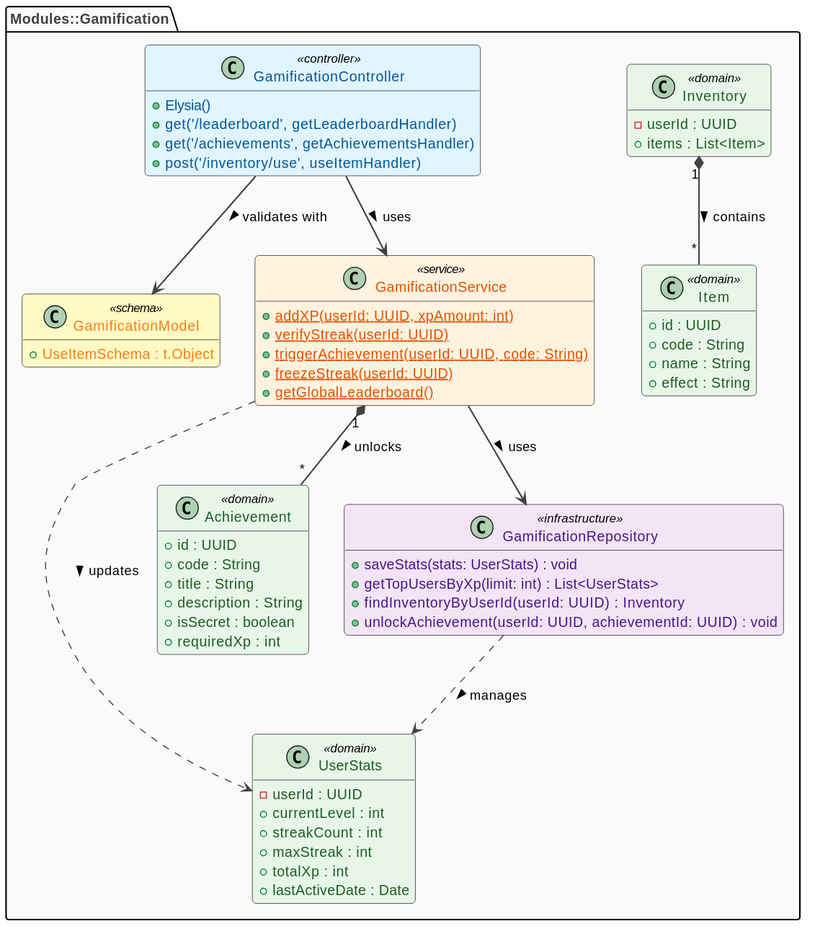
The PlantUML diagram docs/classes/assets/gamification_module.svg in BerlyCS/AlToke, before a commit. Its diagram source:
```plantuml
@startuml
!include style.puml
package "Modules::Gamification" {
  class GamificationController <<controller>> {
    + Elysia()
    + get('/leaderboard', getLeaderboardHandler)
    + get('/achievements', getAchievementsHandler)
    + post('/inventory/use', useItemHandler)
  }

  class GamificationModel <<schema>> {
    + UseItemSchema : t.Object
  }

  class GamificationService <<service>> {
    {static} + addXP(userId: UUID, xpAmount: int)
    {static} + verifyStreak(userId: UUID)
    {static} + triggerAchievement(userId: UUID, code: String)
    {static} + freezeStreak(userId: UUID)
    {static} + getGlobalLeaderboard()
  }

  class UserStats <<domain>> {
    - userId : UUID
    + currentLevel : int
    + streakCount : int
    + maxStreak : int
    + totalXp : int
    + lastActiveDate : Date
  }

  class Achievement <<domain>> {
    + id : UUID
    + code : String
    + title : String
    + description : String
    + isSecret : boolean
    + requiredXp : int
  }

  class Inventory <<domain>> {
    - userId : UUID
    + items : List<Item>
  }

  class Item <<domain>> {
    + id : UUID
    + code : String
    + name : String
    + effect : String
  }

  class GamificationRepository <<infrastructure>> {
    + saveStats(stats: UserStats) : void
    + getTopUsersByXp(limit: int) : List<UserStats>
    + findInventoryByUserId(userId: UUID) : Inventory
    + unlockAchievement(userId: UUID, achievementId: UUID) : void
  }

  GamificationController --> GamificationService : uses >
  GamificationController --> GamificationModel : validates with >
  GamificationService --> GamificationRepository : uses >
  GamificationService ..> UserStats : updates >
  GamificationService "1" *-- "*" Achievement : unlocks >
  GamificationRepository ..> UserStats : manages >
  Inventory "1" *-- "*" Item : contains >
}
@enduml
```
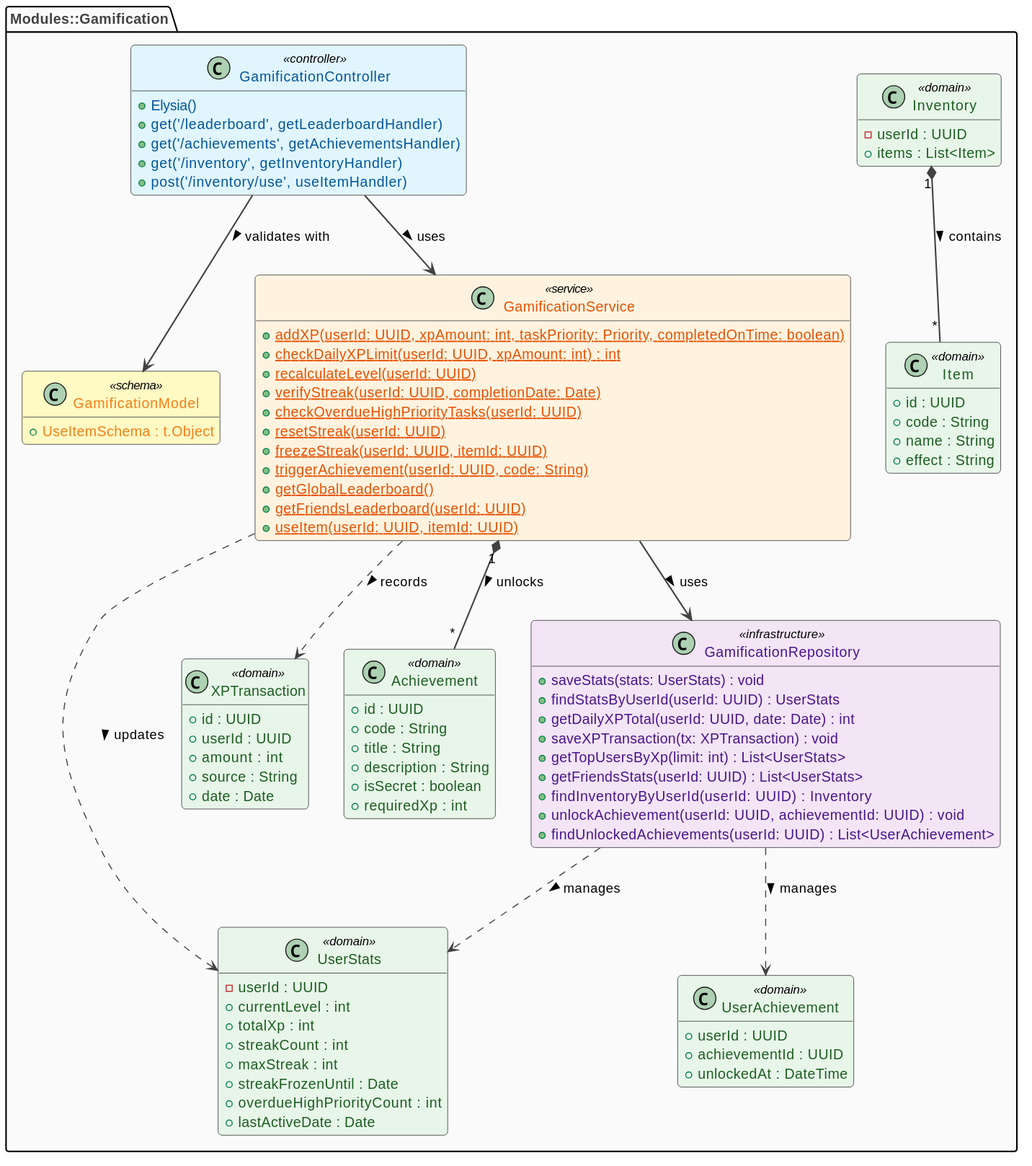
The same file after the commit.

Commit message:
docs: updated gamification service fixes #25, fixes #26

Diff of the diagram source:
```diff
@@ -5,6 +5,7 @@
     + Elysia()
     + get('/leaderboard', getLeaderboardHandler)
     + get('/achievements', getAchievementsHandler)
+    + get('/inventory', getInventoryHandler)
     + post('/inventory/use', useItemHandler)
   }
 
@@ -13,20 +14,36 @@
   }
 
   class GamificationService <<service>> {
-    {static} + addXP(userId: UUID, xpAmount: int)
-    {static} + verifyStreak(userId: UUID)
+    {static} + addXP(userId: UUID, xpAmount: int, taskPriority: Priority, completedOnTime: boolean)
+    {static} + checkDailyXPLimit(userId: UUID, xpAmount: int) : int
+    {static} + recalculateLevel(userId: UUID)
+    {static} + verifyStreak(userId: UUID, completionDate: Date)
+    {static} + checkOverdueHighPriorityTasks(userId: UUID)
+    {static} + resetStreak(userId: UUID)
+    {static} + freezeStreak(userId: UUID, itemId: UUID)
     {static} + triggerAchievement(userId: UUID, code: String)
-    {static} + freezeStreak(userId: UUID)
     {static} + getGlobalLeaderboard()
+    {static} + getFriendsLeaderboard(userId: UUID)
+    {static} + useItem(userId: UUID, itemId: UUID)
   }
 
   class UserStats <<domain>> {
     - userId : UUID
     + currentLevel : int
+    + totalXp : int
     + streakCount : int
     + maxStreak : int
-    + totalXp : int
+    + streakFrozenUntil : Date
+    + overdueHighPriorityCount : int
     + lastActiveDate : Date
+  }
+
+  class XPTransaction <<domain>> {
+    + id : UUID
+    + userId : UUID
+    + amount : int
+    + source : String
+    + date : Date
   }
 
   class Achievement <<domain>> {
@@ -36,6 +53,12 @@
     + description : String
     + isSecret : boolean
     + requiredXp : int
+  }
+
+  class UserAchievement <<domain>> {
+    + userId : UUID
+    + achievementId : UUID
+    + unlockedAt : DateTime
   }
 
   class Inventory <<domain>> {
@@ -52,17 +75,24 @@
 
   class GamificationRepository <<infrastructure>> {
     + saveStats(stats: UserStats) : void
+    + findStatsByUserId(userId: UUID) : UserStats
+    + getDailyXPTotal(userId: UUID, date: Date) : int
+    + saveXPTransaction(tx: XPTransaction) : void
     + getTopUsersByXp(limit: int) : List<UserStats>
+    + getFriendsStats(userId: UUID) : List<UserStats>
     + findInventoryByUserId(userId: UUID) : Inventory
     + unlockAchievement(userId: UUID, achievementId: UUID) : void
+    + findUnlockedAchievements(userId: UUID) : List<UserAchievement>
   }
 
   GamificationController --> GamificationService : uses >
   GamificationController --> GamificationModel : validates with >
   GamificationService --> GamificationRepository : uses >
   GamificationService ..> UserStats : updates >
+  GamificationService ..> XPTransaction : records >
   GamificationService "1" *-- "*" Achievement : unlocks >
   GamificationRepository ..> UserStats : manages >
+  GamificationRepository ..> UserAchievement : manages >
   Inventory "1" *-- "*" Item : contains >
 }
 @enduml
```
